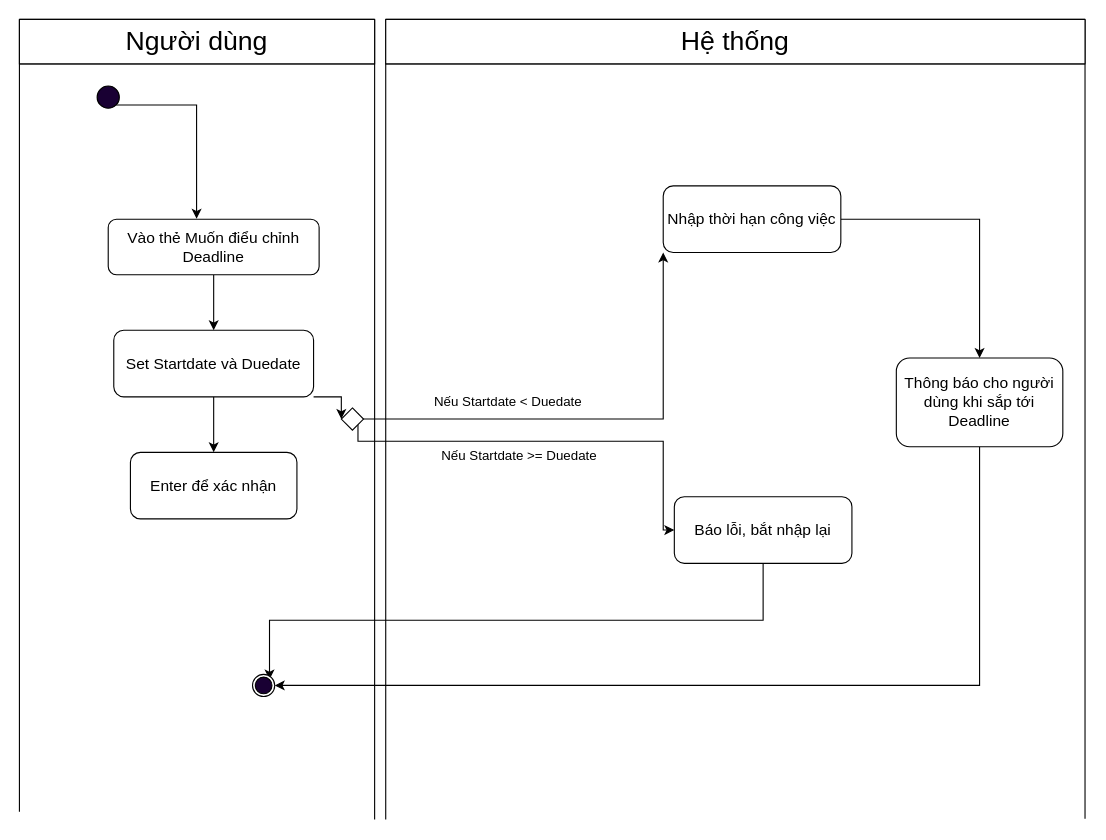
This is Biểu đồ không có tiêu đề.drawio from tqminhchan/bmi_calculator, a draw.io file, before an edit. Source tidied: cells renumbered, new cells numbered last; positions are measured from the earlier drawing's top-left corner, leaving out a move shared by most shapes. Both pictures are drawn from the tidied source at 111%, with x=0, y=0 at pixel (19, 19).
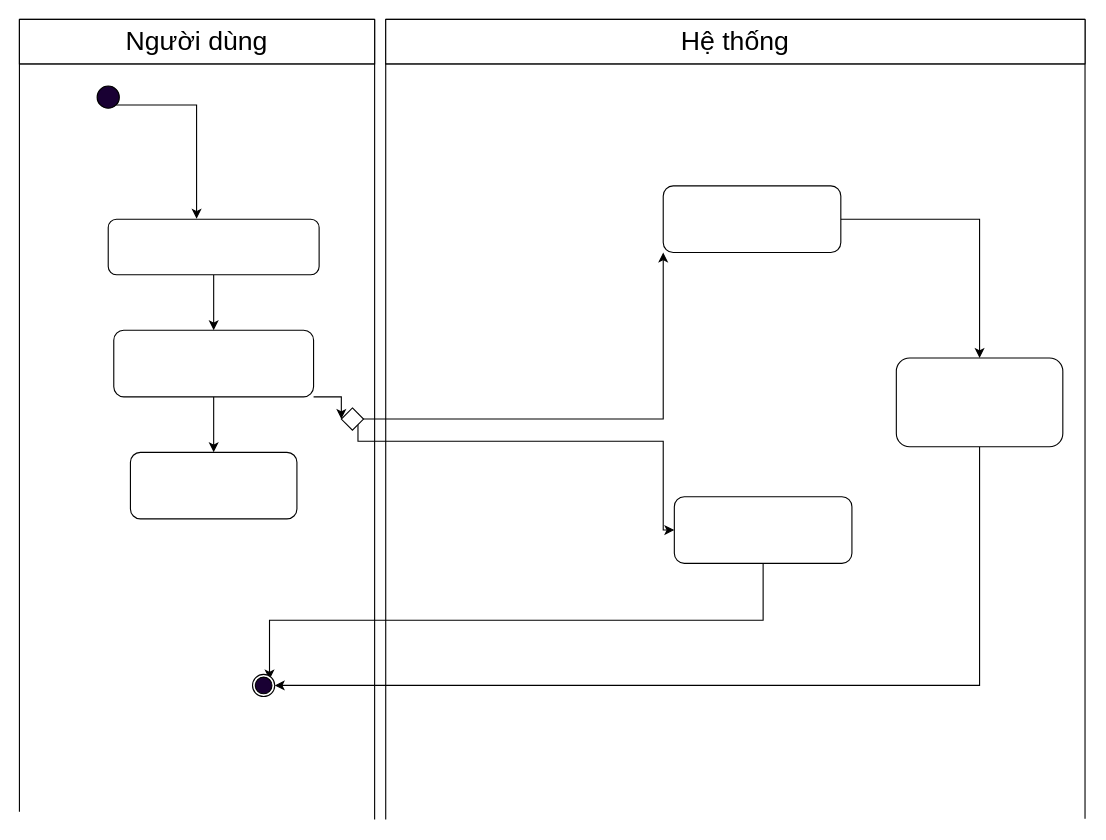
The same diagram, later.

Commit message (it also covers changes not shown here):
Cập nhật Biểu đồ không có tiêu đề.drawio

What changed in the source:
```diff
@@
-    <mxCell id="11" value="&lt;span style=&quot;font-size: 14px;&quot;&gt;Vào thẻ Muốn điểu chỉnh Deadline&lt;/span&gt;" style="rounded=1;whiteSpace=wrap;html=1;" parent="1" vertex="1">
+    <mxCell id="11" style="rounded=1;whiteSpace=wrap;html=1;" parent="1" vertex="1">
       <mxGeometry x="80" y="180" width="190" height="50" as="geometry" />
     </mxCell>
@@
-    <mxCell id="18" value="&lt;font style=&quot;font-size: 14px;&quot;&gt;Set Startdate và Duedate&lt;/font&gt;" style="rounded=1;whiteSpace=wrap;html=1;" parent="1" vertex="1">
+    <mxCell id="18" style="rounded=1;whiteSpace=wrap;html=1;" parent="1" vertex="1">
       <mxGeometry x="85" y="280" width="180" height="60" as="geometry" />
     </mxCell>
@@
-    <mxCell id="20" value="&lt;span style=&quot;font-size: 14px;&quot;&gt;Nhập thời hạn công việc&lt;/span&gt;" style="rounded=1;whiteSpace=wrap;html=1;" parent="1" vertex="1">
+    <mxCell id="20" style="rounded=1;whiteSpace=wrap;html=1;" parent="1" vertex="1">
       <mxGeometry x="580" y="150" width="160" height="60" as="geometry" />
     </mxCell>
-    <mxCell id="21" value="&lt;font style=&quot;font-size: 14px;&quot;&gt;Enter để xác nhận&lt;/font&gt;" style="rounded=1;whiteSpace=wrap;html=1;" parent="1" vertex="1">
+    <mxCell id="21" style="rounded=1;whiteSpace=wrap;html=1;" parent="1" vertex="1">
       <mxGeometry x="100" y="390" width="150" height="60" as="geometry" />
     </mxCell>
@@
-    <mxCell id="23" value="&lt;font style=&quot;font-size: 14px;&quot;&gt;Báo lỗi, bắt nhập lại&lt;/font&gt;" style="rounded=1;whiteSpace=wrap;html=1;" parent="1" vertex="1">
+    <mxCell id="23" style="rounded=1;whiteSpace=wrap;html=1;" parent="1" vertex="1">
       <mxGeometry x="590" y="430" width="160" height="60" as="geometry" />
     </mxCell>
@@
-    <mxCell id="29" value="Nếu Startdate &amp;lt; Duedate" style="text;html=1;align=center;verticalAlign=middle;strokeColor=none;fillColor=none;" parent="1" vertex="1">
-      <mxGeometry x="360" y="330" width="160" height="30" as="geometry" />
-    </mxCell>
-    <mxCell id="30" value="Nếu Startdate &amp;gt;= Duedate" style="text;html=1;align=center;verticalAlign=middle;strokeColor=none;fillColor=none;" parent="1" vertex="1">
-      <mxGeometry x="370" y="378" width="160" height="30" as="geometry" />
-    </mxCell>
@@
-    <mxCell id="32" value="&lt;font style=&quot;font-size: 14px;&quot;&gt;Thông báo cho người dùng khi sắp tới Deadline&lt;/font&gt;" style="rounded=1;whiteSpace=wrap;html=1;" parent="1" vertex="1">
+    <mxCell id="32" style="rounded=1;whiteSpace=wrap;html=1;" parent="1" vertex="1">
       <mxGeometry x="790" y="305" width="150" height="80" as="geometry" />
     </mxCell>
```
